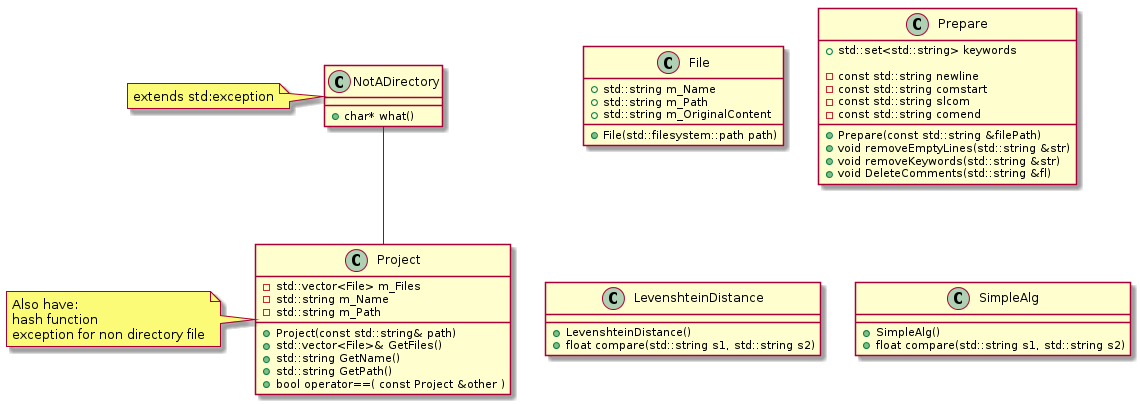
Above: Projekt/uml/classes.png in MichalBernacki/Plagiarism_detection_app (PlantUML), before the change.
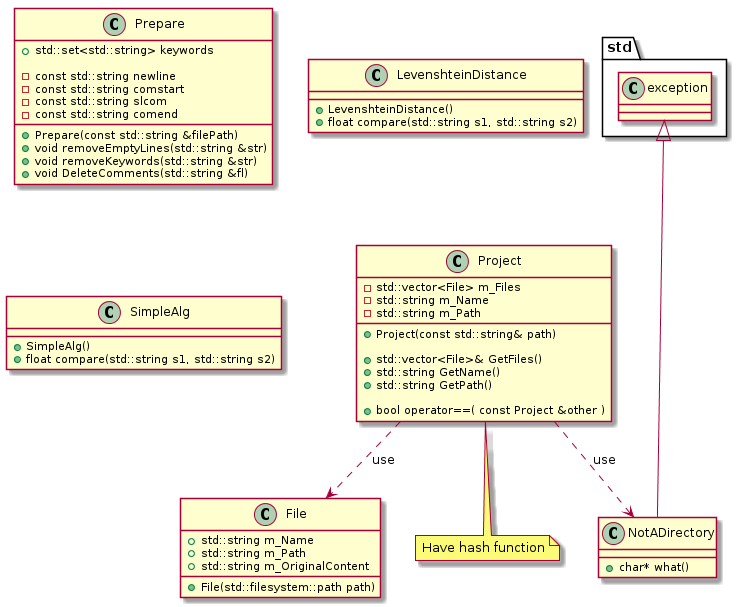
After the change.

Commit message:
Changes in class uml

Diff of the diagram source:
```diff
@@ -1,62 +1,69 @@
 @startuml
 
 
-	NotADirectory -- Project
 
 
-    claSS NotADirectory {
-    	+ char* what()
+    namespace std{
+    	class exception
     }
 
-	class Project {
- 		- std::vector<File> m_Files
-    	- std::string m_Name
-    	- std::string m_Path
+    std.exception <|--- NotADirectory
+
+    Project ..> NotADirectory : use
+    Project ..> File : use
+
+    class NotADirectory {
+        + char* what()
+    }
+
+    class Project {
+        - std::vector<File> m_Files
+        - std::string m_Name
+        - std::string m_Path
 
         + Project(const std::string& path)
 
         + std::vector<File>& GetFiles()
- 		+ std::string GetName()
+        + std::string GetName()
         + std::string GetPath()
 
         + bool operator==( const Project &other )
-	}
+    }
 
 
     class File {
-    	+ File(std::filesystem::path path)
+        + File(std::filesystem::path path)
 
-    	+ std::string m_Name
-    	+ std::string m_Path
-    	+ std::string m_OriginalContent
-	}
+        + std::string m_Name
+        + std::string m_Path
+        + std::string m_OriginalContent
+    }
 
     class Prepare {
-    	+ Prepare(const std::string &filePath)
-    	+ void removeEmptyLines(std::string &str)
-    	+ void removeKeywords(std::string &str)
-    	+ std::set<std::string> keywords
-    	+ void DeleteComments(std::string &fl)
+        + Prepare(const std::string &filePath)
+        + void removeEmptyLines(std::string &str)
+        + void removeKeywords(std::string &str)
+        + std::set<std::string> keywords
+        + void DeleteComments(std::string &fl)
 
-		- const std::string newline
-    	- const std::string comstart
-    	- const std::string slcom
-    	- const std::string comend
-	}
+        - const std::string newline
+        - const std::string comstart
+        - const std::string slcom
+        - const std::string comend
+    }
 
     class LevenshteinDistance
-	{
+    {
 
-    	+ LevenshteinDistance()
-    	+ float compare(std::string s1, std::string s2)
-	}
+        + LevenshteinDistance()
+        + float compare(std::string s1, std::string s2)
+    }
 
     class SimpleAlg
-	{
-    	+ SimpleAlg()
-    	+ float compare(std::string s1, std::string s2)
-	}
+    {
+        + SimpleAlg()
+        + float compare(std::string s1, std::string s2)
+    }
 
-    note left of Project : Also have:\nhash function\nexception for non directory file
-    note left of NotADirectory : extends std:exception
+    note bottom of Project : Have hash function
 @enduml
```
